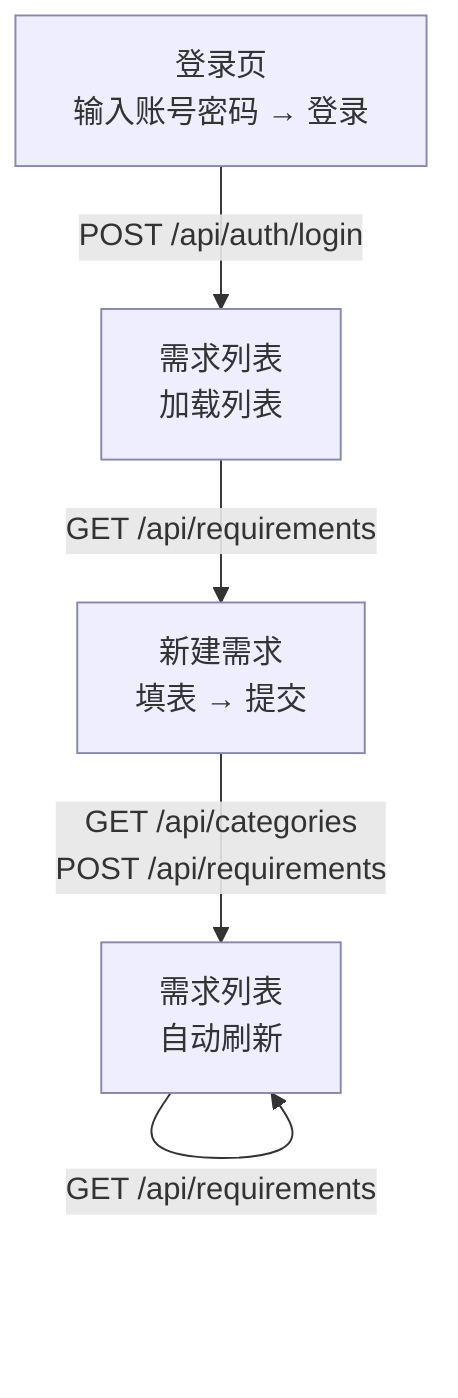
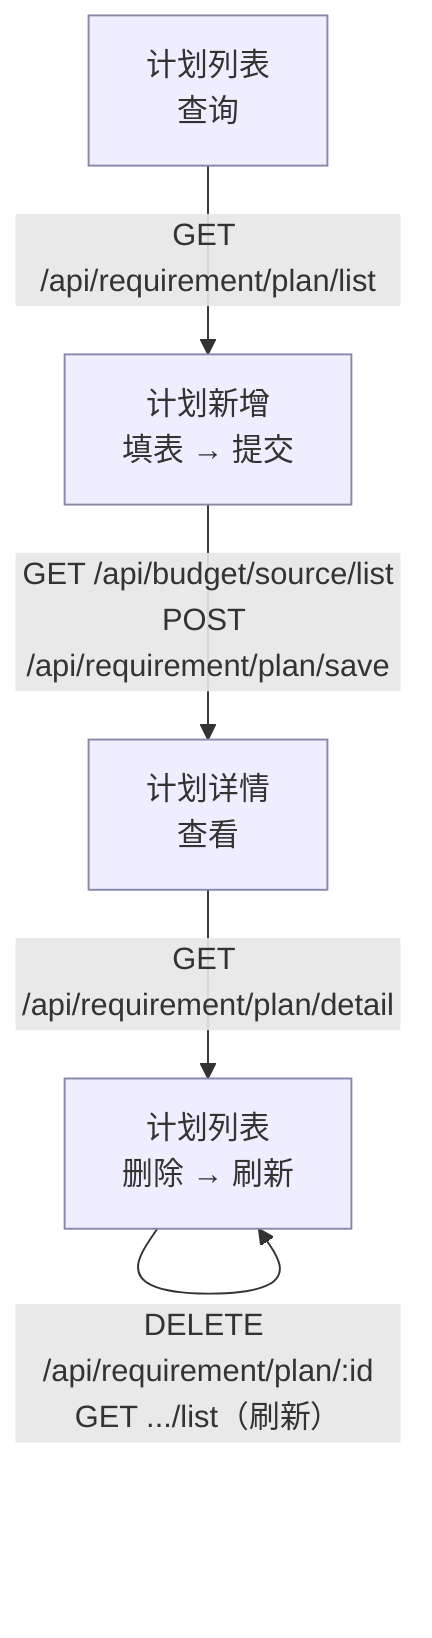
- %% flow-mermaid.mmd — 业务流程图骨架（与 flow.flow 同源于 events.json）
- %% 约定：节点=界面/操作步骤；边上标注触发的接口；接口明细在 flow.flow 展开。
- %% 节点 id 用步骤序号，便于与 events.json steps[].index 对齐。
+ %% {name}.mmd — 业务闭环流程图（与 {name}.flow 同源）
+ %% 同源：接口取自 *_api_requests.txt，步骤取自 {name}_playwright_records.ts，代码锚取自落锚。
+ %% 约定：节点=界面/子过程；边上标注触发的接口；接口/参数明细在 {name}.flow 展开。

flowchart TD
-     s0["登录页<br/>输入账号密码 → 登录"]
-     s1["需求列表<br/>加载列表"]
-     s2["新建需求<br/>填表 → 提交"]
-     s3["需求列表<br/>自动刷新"]
+     s0["计划列表<br/>查询"]
+     s1["计划新增<br/>填表 → 提交"]
+     s2["计划详情<br/>查看"]
+     s3["计划列表<br/>删除 → 刷新"]

-     s0 -->|"POST /api/auth/login"| s1
-     s1 -->|"GET /api/requirements"| s2
-     s2 -->|"GET /api/categories<br/>POST /api/requirements"| s3
-     s3 -->|"GET /api/requirements"| s3
+     s0 -->|"GET /api/requirement/plan/list"| s1
+     s1 -->|"GET /api/budget/source/list<br/>POST /api/requirement/plan/save"| s2
+     s2 -->|"GET /api/requirement/plan/detail"| s3
+     s3 -->|"DELETE /api/requirement/plan/:id<br/>GET .../list（刷新）"| s3

-     classDef api fill:#eef,stroke:#88a;
-     class s0,s1,s2,s3 api;
+     classDef screen fill:#eef,stroke:#88a;
+     class s0,s1,s2,s3 screen;
